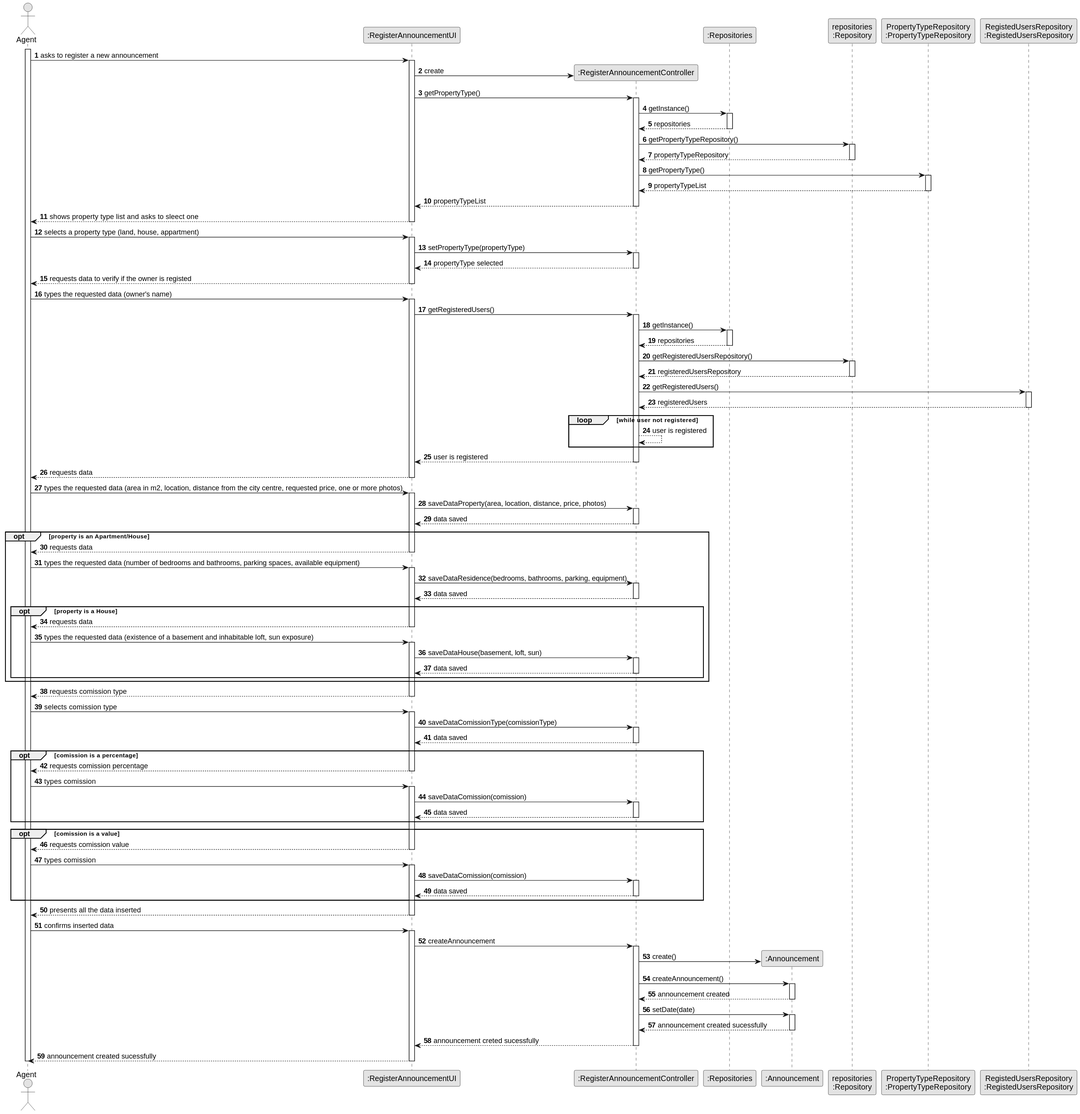
This is docs/sprintD/us002/03.design/svg/us002-sequence-diagram-full.svg from 1220812/LAPR2, a PlantUML export, as it was before one commit.
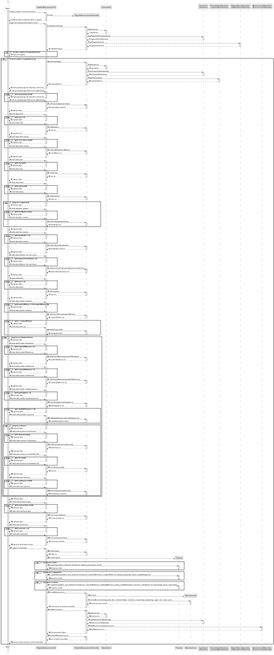
After the commit.

What changed in the source:
```diff
@@ -9,10 +9,12 @@
 participant ":RegisterAnnouncementUI" as UI
 participant ":RegisterAnnouncementController" as CTRL
 participant ":Repositories" as REP
+participant ":Property" as PRPT
 participant ":Announcement" as ANCMT
 participant "repositories\n:Repository" as PLAT
 participant "PropertyTypeRepository\n:PropertyTypeRepository" as PropertyTypeREP
 participant "RegistedUsersRepository\n:RegistedUsersRepository" as RegistedUsersREP
+participant "AnnouncementRepository\n:AnnouncementRepository" as AnnouncementREP
 
 
 activate AGENT
@@ -23,6 +25,37 @@
 
             create CTRL
             UI -> CTRL** : create
+
+            UI --> AGENT : requests data to verify if the owner is registed
+            deactivate UI
+
+            AGENT -> UI : types the requested data (owner's email)
+
+            activate UI
+            UI -> CTRL : getRegisteredUsers()
+                    activate CTRL
+                    CTRL -> REP : getInstance()
+                    activate REP
+                    REP --> CTRL : repositories
+                    deactivate REP
+                    CTRL -> PLAT : getRegisteredUsersRepository()
+                    activate PLAT
+                    PLAT --> CTRL : registeredUsersRepository
+                    deactivate PLAT
+                    CTRL -> RegistedUsersREP : getRegisteredUsers()
+                    activate RegistedUsersREP
+                    RegistedUsersREP --> CTRL : registeredUsersList
+                    deactivate RegistedUsersREP
+
+                    CTRL --> UI : registedUsersList
+                    deactivate CTRL
+
+                    alt if owner's email not in registedUsersList
+
+                    UI --> AGENT : owner not registed
+
+                    end alt
+                    alt if owner's email is in registedUsersList
 
             UI -> CTRL : getPropertyType()
             activate CTRL
@@ -53,104 +86,426 @@
 
     AGENT -> UI : selects a property type (land, house, appartment)
     activate UI
+    loop while propertyType invalid
+                UI --> AGENT : shows property type list and asks to sleect one
+
+               deactivate UI
+                   AGENT -> UI : selects a property type (land, house, appartment)
+activate UI
+
+        end loop
     UI -> CTRL : setPropertyType(propertyType)
     activate CTRL
+
     CTRL --> UI : propertyType selected
     deactivate CTRL
 
-        UI --> AGENT : requests data to verify if the owner is registed
+
+
+
+
+
+
+
+
+
+
+
+
+    UI --> AGENT : requests data
+            deactivate UI
+
+        AGENT -> UI : writes data (area)
+        activate UI
+        loop while area <= 0
+                    UI --> AGENT : requests data
+                   deactivate UI
+                       AGENT -> UI : writes data (area)
+    activate UI
+
+            end loop
+        UI -> CTRL : setArea(area)
+        activate CTRL
+
+        CTRL --> UI : area set
+        deactivate CTRL
+
+
+
+
+
+
+        UI --> AGENT : requests area
+                    deactivate UI
+
+                AGENT -> UI : writes data (street adress)
+                activate UI
+                loop while street adress invalid
+                            UI --> AGENT : requests data
+                           deactivate UI
+                               AGENT -> UI : writes data (street adress)
+            activate UI
+
+                    end loop
+                UI -> CTRL : setStreetAdress(streetAdress)
+                activate CTRL
+
+                CTRL --> UI : streetAdress set
+                deactivate CTRL
+
+
+
+
+                UI --> AGENT : requests data
+                            deactivate UI
+
+                        AGENT -> UI : writes data (city)
+                        activate UI
+                        loop while city invalid
+                                    UI --> AGENT : requests data
+                                   deactivate UI
+                                       AGENT -> UI : writes data (city)
+                    activate UI
+
+                            end loop
+                        UI -> CTRL : setCity(city)
+                        activate CTRL
+
+                        CTRL --> UI : city set
+                        deactivate CTRL
+
+
+
+                        UI --> AGENT : requests data
+                                    deactivate UI
+
+                                AGENT -> UI : writes data (state)
+                                activate UI
+                                loop while state invalid
+                                            UI --> AGENT : requests data
+                                           deactivate UI
+                                               AGENT -> UI : writes data (state)
+                            activate UI
+
+                                    end loop
+                                UI -> CTRL : setState(state)
+                                activate CTRL
+
+                                CTRL --> UI : state set
+                                deactivate CTRL
+
+
+
+
+opt property is a appartment
+                                UI --> AGENT : requests data
+                                            deactivate UI
+
+                                        AGENT -> UI : writes data (floor number)
+                                        activate UI
+                                        loop while floorNumber invalid
+                                                    UI --> AGENT : requests data
+                                                   deactivate UI
+                                                       AGENT -> UI : writes data (floor number)
+                                    activate UI
+
+                                            end loop
+                                        UI -> CTRL : setFloorNumber(floorNumber)
+                                        activate CTRL
+
+                                        CTRL --> UI : floorNumber set
+                                        deactivate CTRL
+                                        end opt
+
+UI --> AGENT : requests data
+            deactivate UI
+
+        AGENT -> UI : writes data (door number)
+        activate UI
+        loop while doorNumber <= 0
+                    UI --> AGENT : requests data
+                   deactivate UI
+                       AGENT -> UI : writes data (door number)
+    activate UI
+
+            end loop
+        UI -> CTRL : setDoorNumber(doorNumber)
+        activate CTRL
+
+        CTRL --> UI : doorNumber selected
+        deactivate CTRL
+
+
+
+
+
+UI --> AGENT : requests data
+            deactivate UI
+
+        AGENT -> UI : writes data (distance from city center)
+        activate UI
+        loop while distanceFromCityCenter < 0
+                    UI --> AGENT : requests data
+                   deactivate UI
+                       AGENT -> UI : writes data (distance from city center)
+    activate UI
+
+            end loop
+        UI -> CTRL : setDistanceFromCityCenter(distanceFromCityCenter)
+        activate CTRL
+
+        CTRL --> UI : distanceFromCityCenter set
+        deactivate CTRL
+
+
+
+
+
+UI --> AGENT : requests data
+            deactivate UI
+
+        AGENT -> UI : writes data (price)
+        activate UI
+        loop while price <= 0
+                    UI --> AGENT : requests data
+                   deactivate UI
+                       AGENT -> UI : writes data (price)
+    activate UI
+
+            end loop
+        UI -> CTRL : setPrice(price)
+        activate CTRL
+
+        CTRL --> UI : price set
+        deactivate CTRL
+
+
+        UI --> AGENT : requests data
+                    deactivate UI
+
+                AGENT -> UI : writes data (number of photos)
+                activate UI
+                loop while numberOfPhotos <= 0 && numberOfPhotos > 30
+                            UI --> AGENT : requests data
+                           deactivate UI
+                               AGENT -> UI : writes data (number of photos)
+            activate UI
+
+                    end loop
+                UI -> CTRL : setNumberOfPhotos(numberOfPhotos)
+                activate CTRL
+
+                CTRL --> UI : numberOfPhotos set
+                deactivate CTRL
+
+
+    loop while i < numberOfPhotos
+    UI --> AGENT : requests data
     deactivate UI
+    AGENT -> UI : writes data (photo uri)
+    activate UI
+    UI -> CTRL : addPhoto(photoURI)
+    activate CTRL
+    CTRL --> UI : photograph added
+    deactivate CTRL
+    end loop
 
-    AGENT -> UI : types the requested data (owner's name)
-    activate UI
-        UI -> CTRL : getRegisteredUsers()
-        activate CTRL
-        CTRL -> REP : getInstance()
-        activate REP
-        REP --> CTRL : repositories
-        deactivate REP
-        CTRL -> PLAT : getRegisteredUsersRepository()
-        activate PLAT
-        PLAT --> CTRL : registeredUsersRepository
-        deactivate PLAT
-        CTRL -> RegistedUsersREP : getRegisteredUsers()
-        activate RegistedUsersREP
-        RegistedUsersREP --> CTRL : registeredUsers
-        deactivate RegistedUsersREP
-        loop while user not registered
-        CTRL --> CTRL : user is registered
-        end loop
-        CTRL --> UI : user is registered
-        deactivate CTRL
-        UI --> AGENT : requests data
-        deactivate UI
 
-        AGENT -> UI : types the requested data (area in m2, location, distance from the city centre, requested price, one or more photos)
-        activate UI
-        UI -> CTRL : saveDataProperty(area, location, distance, price, photos)
-        activate CTRL
-        CTRL --> UI : data saved
-        deactivate CTRL
+
+
+
+
+
 
 
         opt property is an Apartment/House
 
-        UI --> AGENT : requests data
-    deactivate UI
+UI --> AGENT : requests data
+            deactivate UI
 
-    AGENT -> UI : types the requested data (number of bedrooms and bathrooms, parking spaces, available equipment)
+        AGENT -> UI : writes data (number of bedrooms)
         activate UI
+        loop while numberOfBedrooms < 0
+                    UI --> AGENT : requests data
+                   deactivate UI
+                       AGENT -> UI : writes data (numberOfBedrooms)
+    activate UI
 
-    UI -> CTRL : saveDataResidence(bedrooms, bathrooms, parking, equipment)
-    activate CTRL
-    CTRL --> UI : data saved
-    deactivate CTRL
+            end loop
+        UI -> CTRL : setNumberOfBedrooms(numberOfBedrooms)
+        activate CTRL
+
+        CTRL --> UI : numberOfBedroom set
+        deactivate CTRL
+
+
+UI --> AGENT : requests data
+            deactivate UI
+
+        AGENT -> UI : writes data (number of bathrooms)
+        activate UI
+        loop while numberOfBathrooms < 0
+                    UI --> AGENT : requests data
+                   deactivate UI
+                       AGENT -> UI : writes data (number of bathrooms)
+    activate UI
+
+            end loop
+        UI -> CTRL : setNumberOfBathrooms(numberOfBathrooms)
+        activate CTRL
+
+        CTRL --> UI : numberOfBathrooms set
+        deactivate CTRL
+
+
+
+UI --> AGENT : requests data
+            deactivate UI
+
+        AGENT -> UI : writes data (number of parking spaces)
+        activate UI
+        loop while parkingSpaces < 0
+                    UI --> AGENT : requests data
+                   deactivate UI
+                       AGENT -> UI : writes data (number of parking spaces)
+    activate UI
+
+            end loop
+        UI -> CTRL : setParkingSpaces(parkingSpaces)
+        activate CTRL
+
+        CTRL --> UI : parkingSpaces set
+        deactivate CTRL
+
+
+
+
+
+    loop while !(availableEquipment == 0)
+
+    UI --> AGENT : requests data
+                deactivate UI
+
+            AGENT -> UI : writes data (available equipment)
+            activate UI
+
+            UI -> CTRL : addAvailableEquipment(availableEquipment)
+            activate CTRL
+
+            CTRL --> UI : availableEquipment added
+            deactivate CTRL
+
+    end loop
+
+
 
 
         opt property is a House
 
-        UI --> AGENT : requests data
-    deactivate UI
-AGENT -> UI : types the requested data (existence of a basement and inhabitable loft, sun exposure)
-activate UI
-UI -> CTRL : saveDataHouse(basement, loft, sun)
-activate CTRL
-CTRL --> UI : data saved
-deactivate CTRL
+UI --> AGENT : requests data
+            deactivate UI
+
+        AGENT -> UI : writes data (existence of basement)
+        activate UI
+        loop while basement invalid
+                    UI --> AGENT : requests data
+                   deactivate UI
+                       AGENT -> UI : writes data (existence of basement)
+    activate UI
+
+            end loop
+        UI -> CTRL : setBasementExistence(basement)
+        activate CTRL
+
+        CTRL --> UI : basement set
+        deactivate CTRL
+
+
+
+UI --> AGENT : requests data
+            deactivate UI
+
+        AGENT -> UI : writes data (existence of inhabitable loft)
+        activate UI
+        loop while loft invalid
+                    UI --> AGENT : requests data
+                   deactivate UI
+                       AGENT -> UI : writes data (existence of inhabitable loft)
+    activate UI
+
+            end loop
+        UI -> CTRL : setLoftExistence(loft)
+        activate CTRL
+
+        CTRL --> UI : loft set
+        deactivate CTRL
+
+  UI --> AGENT : requests data
+              deactivate UI
+
+          AGENT -> UI : select data (sun exposure)
+          activate UI
+          loop while sunExposure invalid
+                      UI --> AGENT : requests data
+                     deactivate UI
+                         AGENT -> UI : select data (sun exposure)
+      activate UI
+
+              end loop
+          UI -> CTRL : setSunExposure(sunExposure)
+          activate CTRL
+
+          CTRL --> UI : sunExposure selected
+          deactivate CTRL
+
+
+
+
+
+
+
+
+
+
 
 end opt
 end opt
-UI --> AGENT : requests comission type
-deactivate UI
-AGENT -> UI : selects comission type
-activate UI
-UI -> CTRL : saveDataComissionType(comissionType)
-activate CTRL
-CTRL --> UI : data saved
-deactivate CTRL
-opt comission is a percentage
-UI --> AGENT : requests comission percentage
-deactivate UI
-AGENT -> UI : types comission
-activate UI
-UI -> CTRL : saveDataComission(comission)
-activate CTRL
-CTRL --> UI : data saved
-deactivate CTRL
+UI --> AGENT : requests data
+            deactivate UI
+
+        AGENT -> UI : writes data (comission type)
+        activate UI
+        loop while comissionType invalid
+                    UI --> AGENT : requests data
+                   deactivate UI
+                       AGENT -> UI : writes data (comission type)
+    activate UI
+
+            end loop
+        UI -> CTRL : setComissionType(set)
+        activate CTRL
+
+        CTRL --> UI : comissionType set
+        deactivate CTRL
 
 
-end opt
+UI --> AGENT : requests data
+            deactivate UI
 
-opt comission is a value
-UI --> AGENT : requests comission value
-deactivate UI
-AGENT -> UI : types comission
-activate UI
-UI -> CTRL : saveDataComission(comission)
-activate CTRL
-CTRL --> UI : data saved
-deactivate CTRL
-end opt
+        AGENT -> UI : writes data (comission)
+        activate UI
+        loop while comission <= 0
+                    UI --> AGENT : requests data
+                   deactivate UI
+                       AGENT -> UI : writes data (comission)
+    activate UI
+
+            end loop
+        UI -> CTRL : setComission(comission)
+        activate CTRL
+
+        CTRL --> UI : comission selected
+        deactivate CTRL
 
 
 UI --> AGENT : presents all the data inserted
@@ -158,30 +513,91 @@
 deactivate UI
 
 AGENT -> UI : confirms inserted data
-
 activate UI
-UI -> CTRL : createAnnouncement
+UI -> CTRL : setDate(date)
 activate CTRL
-CTRL -> ANCMT** : create()
-CTRL -> ANCMT : createAnnouncement()
-activate ANCMT
-ANCMT --> CTRL : announcement created
-deactivate ANCMT
-CTRL -> ANCMT : setDate(date)
-activate ANCMT
-ANCMT --> CTRL : announcement created sucessfully
-deactivate ANCMT
-
-CTRL --> UI : announcement creted sucessfully
+CTRL --> UI : date set
 deactivate CTRL
 
+UI -> PRPT** : createProperty
 
-UI --> AGENT : announcement created sucessfully
-deactivate UI
+alt if property is a land
+
+UI -> PRPT : createProperty(area, distanceFromCityCenter, address, propertyType, photos)
+activate PRPT
+PRPT --> UI : property created
+deactivate PRPT
+end alt
+
+alt if property is a appartment
+
+UI -> PRPT : createResidence(address, area, distanceFromCityCenter, numberOfBathrooms, numberOfBedrooms, parking, propertyType, photos, availableEquipment)
+activate PRPT
+PRPT --> UI : property created
+deactivate PRPT
+
+
+end alt
+
+alt if property is a house
+
+UI -> PRPT : createHouse(address, area, distanceFromCityCenter, numberOfBathrooms, numberOfBedrooms, parking, availableEquipment, basement, sunExposure, loft, propertyType, photos, requestType)
+activate PRPT
+PRPT --> UI : property created
+deactivate PRPT
+
+
+end alt
 
 
 
 
 
+
+
+UI -> CTRL : createAnnouncement
+activate CTRL
+CTRL -> ANCMT** : create()
+CTRL -> ANCMT : createAnnouncement(property, date, commissionType, commission, requestType, propertyType, agent, store, owner, price)
+activate ANCMT
+ANCMT --> CTRL : announcement created
+deactivate ANCMT
+
+
+CTRL --> UI : announcement created sucessfully
+deactivate CTRL
+UI -> CTRL : addAnnouncement
+    activate CTRL
+    CTRL -> REP : getInstance()
+                    activate REP
+
+                        REP --> CTRL: repositories
+                    deactivate REP
+
+                    CTRL -> PLAT : getAnnouncementRepository()
+                    activate PLAT
+
+                        PLAT --> CTRL: announcementRepository
+                    deactivate PLAT
+
+                    CTRL -> AnnouncementREP : addAnnouncement(announcement)
+                    activate AnnouncementREP
+
+                        AnnouncementREP --> CTRL : addAnnouncement
+                    deactivate AnnouncementREP
+
+                    CTRL --> UI : announcement added
+                deactivate CTRL
+
+UI -> CTRL : createSMS(announcement)
+activate CTRL
+CTRL --> UI : sms created sucessfully
+deactivate CTRL
+
+
+
+UI --> AGENT : announcement and sms created sucessfully
+deactivate UI
+end alt
 deactivate AGENT
 @enduml
```
